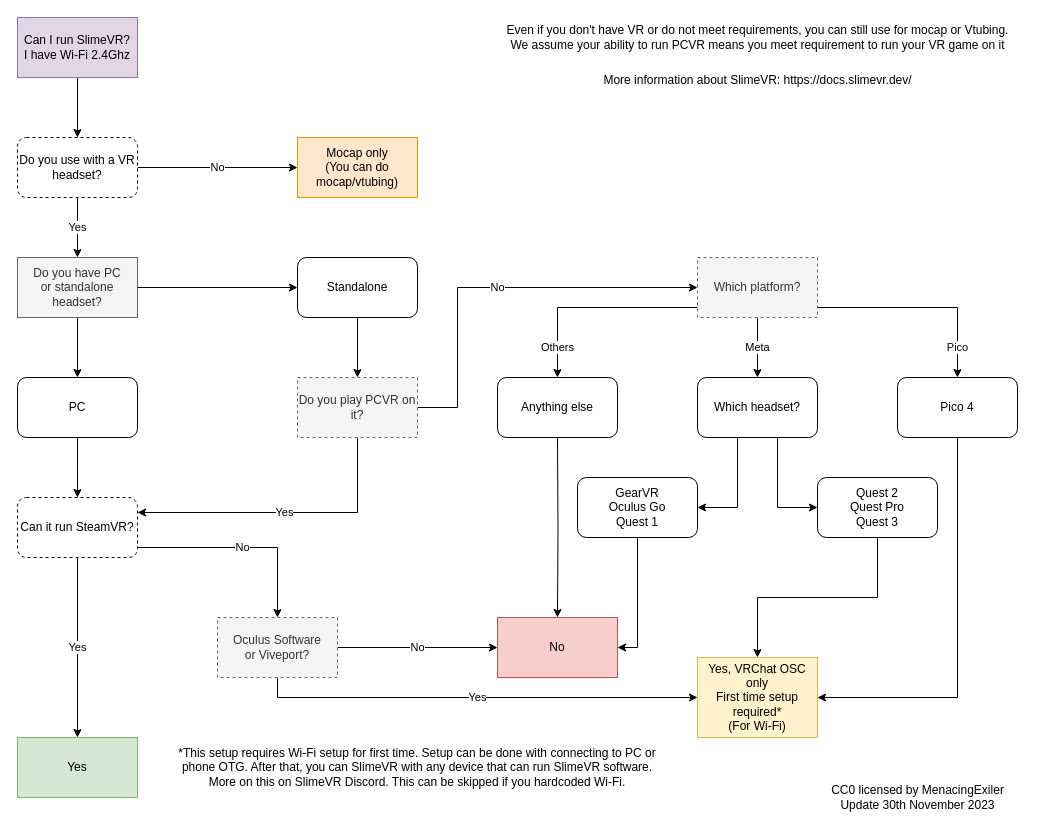
Earlier version of the draw.io diagram SlimeGuide.drawio (MenacingExiler/CanIRunSlimeVR). Source tidied: cells renumbered, new cells numbered last; positions are measured from the earlier drawing's top-left corner, leaving out a move shared by most shapes. Both pictures are drawn from the tidied source at 100%, with x=0, y=0 at pixel (17, 17).
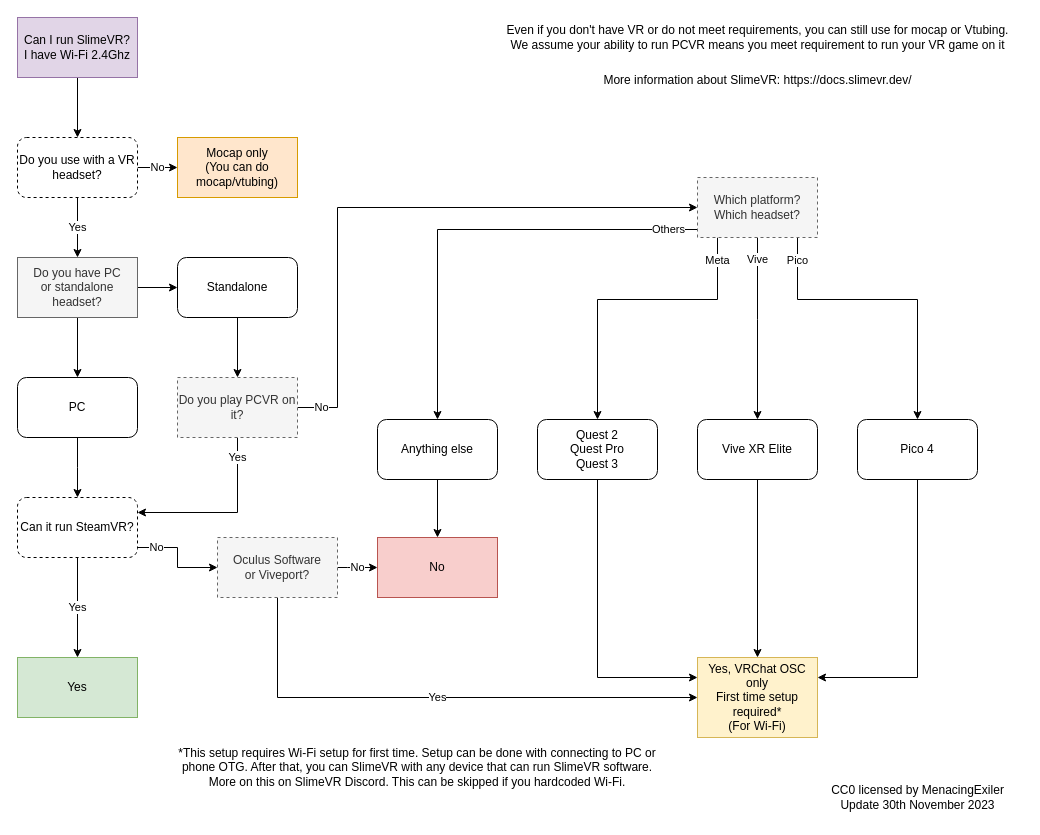
Above is the later version.

The change refers to these unchanged cells:
```xml
<mxCell id="17" value="Can it run SteamVR?" style="rounded=1;whiteSpace=wrap;html=1;dashed=1;" parent="1" vertex="1">
  <mxGeometry y="480" width="120" height="60" as="geometry" />
</mxCell>
<mxCell id="33" value="Yes, VRChat OSC only&lt;br&gt;First time setup required*&lt;br&gt;(For Wi-Fi)" style="rounded=0;whiteSpace=wrap;html=1;fillColor=#fff2cc;strokeColor=#d6b656;" parent="1" vertex="1">
  <mxGeometry x="680" y="640" width="120" height="80" as="geometry" />
</mxCell>
```

Change to the diagram source:
```diff
@@
     <mxCell id="7" value="Mocap only&lt;br&gt;(You can do mocap/vtubing)" style="rounded=0;whiteSpace=wrap;html=1;fillColor=#ffe6cc;strokeColor=#d79b00;" parent="1" vertex="1">
-      <mxGeometry x="280" y="120" width="120" height="60" as="geometry" />
+      <mxGeometry x="160" y="120" width="120" height="60" as="geometry" />
     </mxCell>
@@
     <mxCell id="12" value="Standalone" style="rounded=1;whiteSpace=wrap;html=1;" parent="1" vertex="1">
-      <mxGeometry x="280" y="240" width="120" height="60" as="geometry" />
+      <mxGeometry x="160" y="240" width="120" height="60" as="geometry" />
     </mxCell>
@@
-    <mxCell id="16" value="No" style="edgeStyle=orthogonalEdgeStyle;rounded=0;jettySize=auto;html=1;entryX=0.5;entryY=0;entryDx=0;entryDy=0;" parent="1" edge="1" source="17" target="36">
-      <mxGeometry relative="1" as="geometry">
+    <mxCell id="16" value="No" style="edgeStyle=orthogonalEdgeStyle;rounded=0;jettySize=auto;html=1;entryX=0;entryY=0.5;entryDx=0;entryDy=0;" parent="1" edge="1" source="17" target="36">
+      <mxGeometry x="-0.62" relative="1" as="geometry">
         <Array as="points">
-          <mxPoint x="260" y="530" />
+          <mxPoint x="160" y="530" />
+          <mxPoint x="160" y="550" />
         </Array>
       </mxGeometry>
     </mxCell>
@@
     <mxCell id="18" value="Yes" style="rounded=0;whiteSpace=wrap;html=1;fillColor=#d5e8d4;strokeColor=#82b366;" parent="1" vertex="1">
-      <mxGeometry y="720" width="120" height="60" as="geometry" />
+      <mxGeometry y="640" width="120" height="60" as="geometry" />
     </mxCell>
+    <mxCell id="20" value="No" style="edgeStyle=orthogonalEdgeStyle;rounded=0;jettySize=auto;html=1;entryX=0;entryY=0.5;entryDx=0;entryDy=0;" parent="1" edge="1" source="21" target="25">
+      <mxGeometry x="-0.92" relative="1" as="geometry">
+        <Array as="points">
+          <mxPoint x="320" y="390" />
+          <mxPoint x="320" y="190" />
+        </Array>
+      </mxGeometry>
+    </mxCell>
-    <mxCell id="19" value="Yes" style="edgeStyle=orthogonalEdgeStyle;rounded=0;jettySize=auto;html=1;entryX=1;entryY=0.25;entryDx=0;entryDy=0;exitX=0.5;exitY=1;exitDx=0;exitDy=0;" parent="1" edge="1" source="21" target="17">
-      <mxGeometry relative="1" as="geometry" />
+    <mxCell id="19" value="Yes" style="edgeStyle=orthogonalEdgeStyle;rounded=0;jettySize=auto;html=1;entryX=1;entryY=0.25;entryDx=0;entryDy=0;" parent="1" edge="1" source="21" target="17">
+      <mxGeometry x="-0.77" relative="1" as="geometry">
+        <Array as="points">
+          <mxPoint x="220" y="495" />
+        </Array>
+      </mxGeometry>
     </mxCell>
-    <mxCell id="20" value="No" style="edgeStyle=orthogonalEdgeStyle;rounded=0;jettySize=auto;html=1;entryX=0;entryY=0.5;entryDx=0;entryDy=0;" parent="1" edge="1" source="21" target="25">
-      <mxGeometry relative="1" as="geometry">
-        <Array as="points">
-          <mxPoint x="440" y="390" />
-          <mxPoint x="440" y="270" />
-        </Array>
-      </mxGeometry>
-    </mxCell>
     <mxCell id="21" value="Do you play PCVR on it?" style="rounded=0;whiteSpace=wrap;html=1;fillColor=#f5f5f5;fontColor=#333333;strokeColor=#666666;dashed=1;" parent="1" vertex="1">
-      <mxGeometry x="280" y="360" width="120" height="60" as="geometry" />
+      <mxGeometry x="160" y="360" width="120" height="60" as="geometry" />
     </mxCell>
-    <mxCell id="22" value="Meta" style="edgeStyle=orthogonalEdgeStyle;rounded=0;jettySize=auto;html=1;" parent="1" edge="1" source="25" target="43">
-      <mxGeometry relative="1" as="geometry" />
-    </mxCell>
-    <mxCell id="23" value="Others" style="edgeStyle=orthogonalEdgeStyle;rounded=0;jettySize=auto;html=1;" parent="1" edge="1" source="25">
-      <mxGeometry x="0.71" relative="1" as="geometry">
-        <mxPoint x="540" y="360" as="targetPoint" />
+    <mxCell id="23" value="Others" style="edgeStyle=orthogonalEdgeStyle;rounded=0;jettySize=auto;html=1;entryX=0.5;entryY=0;entryDx=0;entryDy=0;" parent="1" edge="1" source="25" target="27">
+      <mxGeometry x="-0.87" relative="1" as="geometry">
         <Array as="points">
-          <mxPoint x="540" y="290" />
+          <mxPoint x="420" y="212" />
         </Array>
       </mxGeometry>
     </mxCell>
-    <mxCell id="24" value="Pico" style="edgeStyle=orthogonalEdgeStyle;rounded=0;jettySize=auto;html=1;" parent="1" edge="1" source="25" target="29">
-      <mxGeometry x="0.71" relative="1" as="geometry">
+    <mxCell id="24" value="Pico" style="edgeStyle=orthogonalEdgeStyle;rounded=0;jettySize=auto;html=1;entryX=0.5;entryY=0;entryDx=0;entryDy=0;" parent="1" edge="1" source="25" target="29">
+      <mxGeometry x="-0.85" relative="1" as="geometry">
         <Array as="points">
-          <mxPoint x="940" y="290" />
+          <mxPoint x="780" y="282" />
+          <mxPoint x="900" y="282" />
         </Array>
       </mxGeometry>
     </mxCell>
+    <mxCell id="46" value="Vive" style="edgeStyle=orthogonalEdgeStyle;rounded=0;jettySize=auto;html=1;exitX=0.5;exitY=1;exitDx=0;exitDy=0;" parent="1" edge="1" source="25" target="48">
+      <mxGeometry x="-0.76" relative="1" as="geometry">
+        <Array as="points">
+          <mxPoint x="740" y="302" />
+          <mxPoint x="740" y="302" />
+        </Array>
+      </mxGeometry>
+    </mxCell>
+    <mxCell id="22" value="Meta" style="edgeStyle=orthogonalEdgeStyle;rounded=0;jettySize=auto;html=1;entryX=0.5;entryY=0;entryDx=0;entryDy=0;" parent="1" edge="1" source="25" target="31">
+      <mxGeometry x="-0.85" relative="1" as="geometry">
+        <Array as="points">
+          <mxPoint x="700" y="282" />
+          <mxPoint x="580" y="282" />
+        </Array>
+      </mxGeometry>
+    </mxCell>
-    <mxCell id="25" value="Which platform?" style="rounded=0;whiteSpace=wrap;html=1;fillColor=#f5f5f5;fontColor=#333333;strokeColor=#666666;dashed=1;" parent="1" vertex="1">
-      <mxGeometry x="680" y="240" width="120" height="60" as="geometry" />
+    <mxCell id="25" value="Which platform?&lt;br&gt;Which headset?" style="rounded=0;whiteSpace=wrap;html=1;fillColor=#f5f5f5;fontColor=#333333;strokeColor=#666666;dashed=1;" parent="1" vertex="1">
+      <mxGeometry x="680" y="160" width="120" height="60" as="geometry" />
     </mxCell>
-    <mxCell id="26" style="edgeStyle=orthogonalEdgeStyle;rounded=0;jettySize=auto;html=1;" parent="1" edge="1" target="32">
-      <mxGeometry relative="1" as="geometry">
-        <mxPoint x="540" y="420" as="sourcePoint" />
-      </mxGeometry>
+    <mxCell id="26" style="edgeStyle=orthogonalEdgeStyle;rounded=0;jettySize=auto;html=1;exitX=0.5;exitY=1;exitDx=0;exitDy=0;" parent="1" edge="1" source="27" target="32">
+      <mxGeometry relative="1" as="geometry" />
     </mxCell>
     <mxCell id="27" value="Anything else" style="rounded=1;whiteSpace=wrap;html=1;" parent="1" vertex="1">
-      <mxGeometry x="480" y="360" width="120" height="60" as="geometry" />
+      <mxGeometry x="360" y="402" width="120" height="60" as="geometry" />
     </mxCell>
-    <mxCell id="28" style="edgeStyle=orthogonalEdgeStyle;rounded=0;jettySize=auto;html=1;entryX=1;entryY=0.5;entryDx=0;entryDy=0;" parent="1" edge="1" source="29" target="33">
+    <mxCell id="28" style="edgeStyle=orthogonalEdgeStyle;rounded=0;jettySize=auto;html=1;entryX=1;entryY=0.25;entryDx=0;entryDy=0;" parent="1" edge="1" source="29" target="33">
       <mxGeometry relative="1" as="geometry">
         <Array as="points">
-          <mxPoint x="940" y="680" />
+          <mxPoint x="900" y="660" />
         </Array>
       </mxGeometry>
     </mxCell>
     <mxCell id="29" value="Pico 4" style="rounded=1;whiteSpace=wrap;html=1;" parent="1" vertex="1">
-      <mxGeometry x="880" y="360" width="120" height="60" as="geometry" />
+      <mxGeometry x="840" y="402" width="120" height="60" as="geometry" />
     </mxCell>
-    <mxCell id="30" style="edgeStyle=orthogonalEdgeStyle;rounded=0;jettySize=auto;html=1;entryX=0.5;entryY=0;entryDx=0;entryDy=0;" parent="1" edge="1" source="31" target="33">
-      <mxGeometry relative="1" as="geometry" />
+    <mxCell id="30" style="edgeStyle=orthogonalEdgeStyle;rounded=0;jettySize=auto;html=1;entryX=0;entryY=0.25;entryDx=0;entryDy=0;" parent="1" edge="1" source="31" target="33">
+      <mxGeometry relative="1" as="geometry">
+        <Array as="points">
+          <mxPoint x="580" y="660" />
+        </Array>
+      </mxGeometry>
     </mxCell>
     <mxCell id="31" value="Quest 2&lt;br&gt;Quest Pro&lt;br&gt;Quest 3" style="rounded=1;whiteSpace=wrap;html=1;" parent="1" vertex="1">
-      <mxGeometry x="800" y="460" width="120" height="60" as="geometry" />
+      <mxGeometry x="520" y="402" width="120" height="60" as="geometry" />
     </mxCell>
     <mxCell id="32" value="No" style="rounded=0;whiteSpace=wrap;html=1;fillColor=#f8cecc;strokeColor=#b85450;" parent="1" vertex="1">
-      <mxGeometry x="480" y="600" width="120" height="60" as="geometry" />
+      <mxGeometry x="360" y="520" width="120" height="60" as="geometry" />
     </mxCell>
@@
     <mxCell id="34" value="No" style="edgeStyle=orthogonalEdgeStyle;rounded=0;jettySize=auto;html=1;entryX=0;entryY=0.5;entryDx=0;entryDy=0;" parent="1" edge="1" source="36" target="32">
       <mxGeometry relative="1" as="geometry">
         <Array as="points">
-          <mxPoint x="260" y="630" />
+          <mxPoint x="330" y="550" />
+          <mxPoint x="330" y="550" />
         </Array>
       </mxGeometry>
     </mxCell>
@@
     <mxCell id="36" value="Oculus Software&lt;br&gt;or Viveport?" style="rounded=0;whiteSpace=wrap;html=1;fillColor=#f5f5f5;fontColor=#333333;strokeColor=#666666;dashed=1;" parent="1" vertex="1">
-      <mxGeometry x="200" y="600" width="120" height="60" as="geometry" />
+      <mxGeometry x="200" y="520" width="120" height="60" as="geometry" />
     </mxCell>
@@
-    <mxCell id="41" style="edgeStyle=orthogonalEdgeStyle;rounded=0;jettySize=auto;html=1;" parent="1" edge="1" source="43" target="31">
-      <mxGeometry relative="1" as="geometry">
-        <Array as="points">
-          <mxPoint x="760" y="490" />
-        </Array>
-      </mxGeometry>
-    </mxCell>
-    <mxCell id="42" style="edgeStyle=orthogonalEdgeStyle;rounded=0;jettySize=auto;html=1;entryX=1;entryY=0.5;entryDx=0;entryDy=0;" parent="1" edge="1" source="43" target="45">
-      <mxGeometry relative="1" as="geometry">
-        <Array as="points">
-          <mxPoint x="720" y="490" />
-        </Array>
-      </mxGeometry>
-    </mxCell>
-    <mxCell id="43" value="Which headset?" style="rounded=1;whiteSpace=wrap;html=1;" parent="1" vertex="1">
-      <mxGeometry x="680" y="360" width="120" height="60" as="geometry" />
-    </mxCell>
-    <mxCell id="44" style="edgeStyle=orthogonalEdgeStyle;rounded=0;jettySize=auto;html=1;entryX=1;entryY=0.5;entryDx=0;entryDy=0;" parent="1" edge="1" source="45" target="32">
-      <mxGeometry relative="1" as="geometry" />
-    </mxCell>
-    <mxCell id="45" value="GearVR&lt;br&gt;Oculus Go&lt;br&gt;Quest 1" style="rounded=1;whiteSpace=wrap;html=1;" parent="1" vertex="1">
-      <mxGeometry x="560" y="460" width="120" height="60" as="geometry" />
-    </mxCell>
+    <mxCell id="47" style="edgeStyle=orthogonalEdgeStyle;rounded=0;jettySize=auto;html=1;entryX=0.5;entryY=0;entryDx=0;entryDy=0;" parent="1" edge="1" source="48" target="33">
+      <mxGeometry relative="1" as="geometry" />
+    </mxCell>
+    <mxCell id="48" value="Vive XR Elite" style="rounded=1;whiteSpace=wrap;html=1;" parent="1" vertex="1">
+      <mxGeometry x="680" y="402" width="120" height="60" as="geometry" />
+    </mxCell>
```
